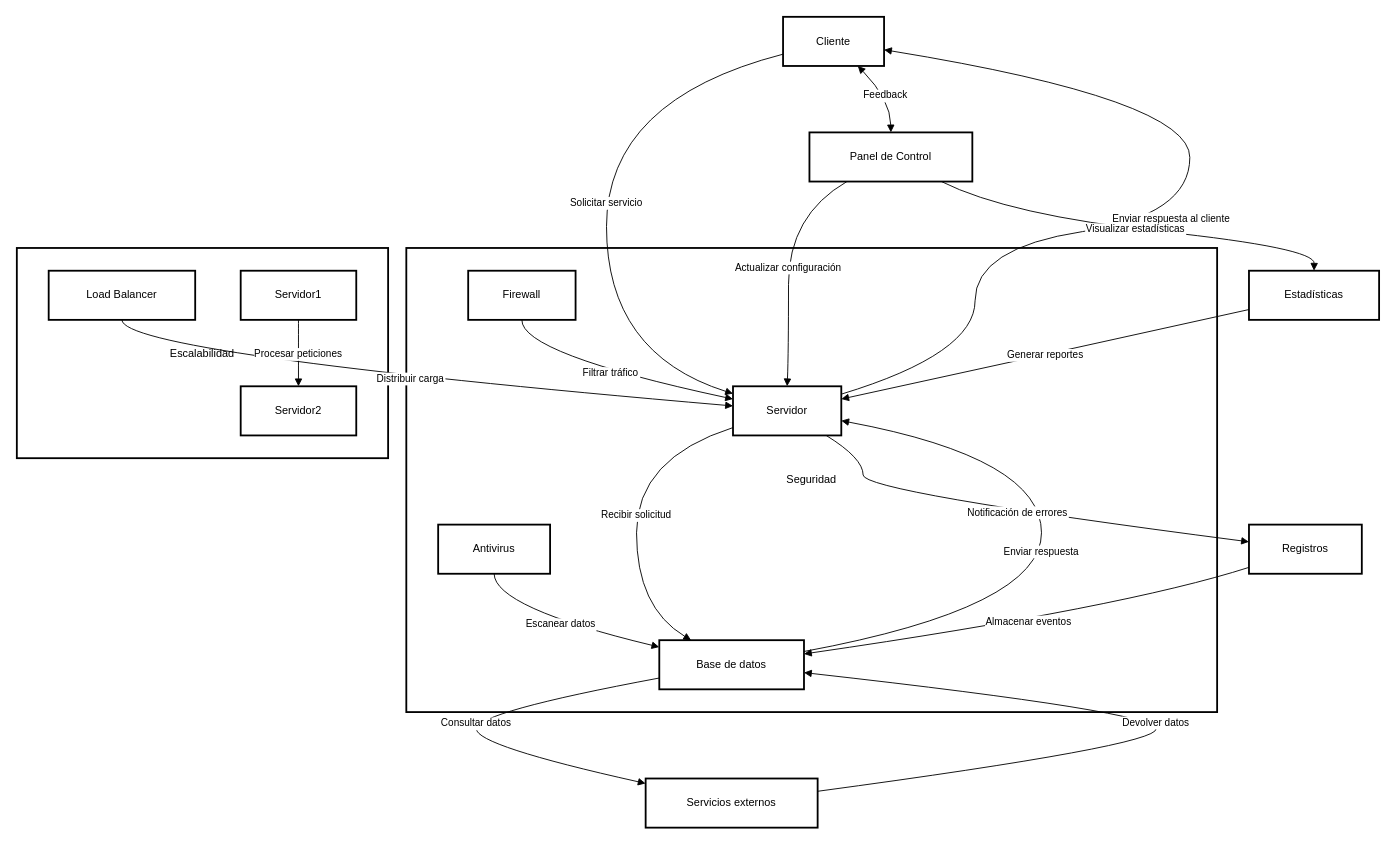
Earlier version of the draw.io diagram CompanyS/A.drawio (giuvieira/CyberSec_S-A-). Source tidied: cells renumbered, new cells numbered last; positions are measured from the earlier drawing's top-left corner, leaving out a move shared by most shapes. Both pictures are drawn from the tidied source at 91%, with x=0, y=0 at pixel (16, 16).
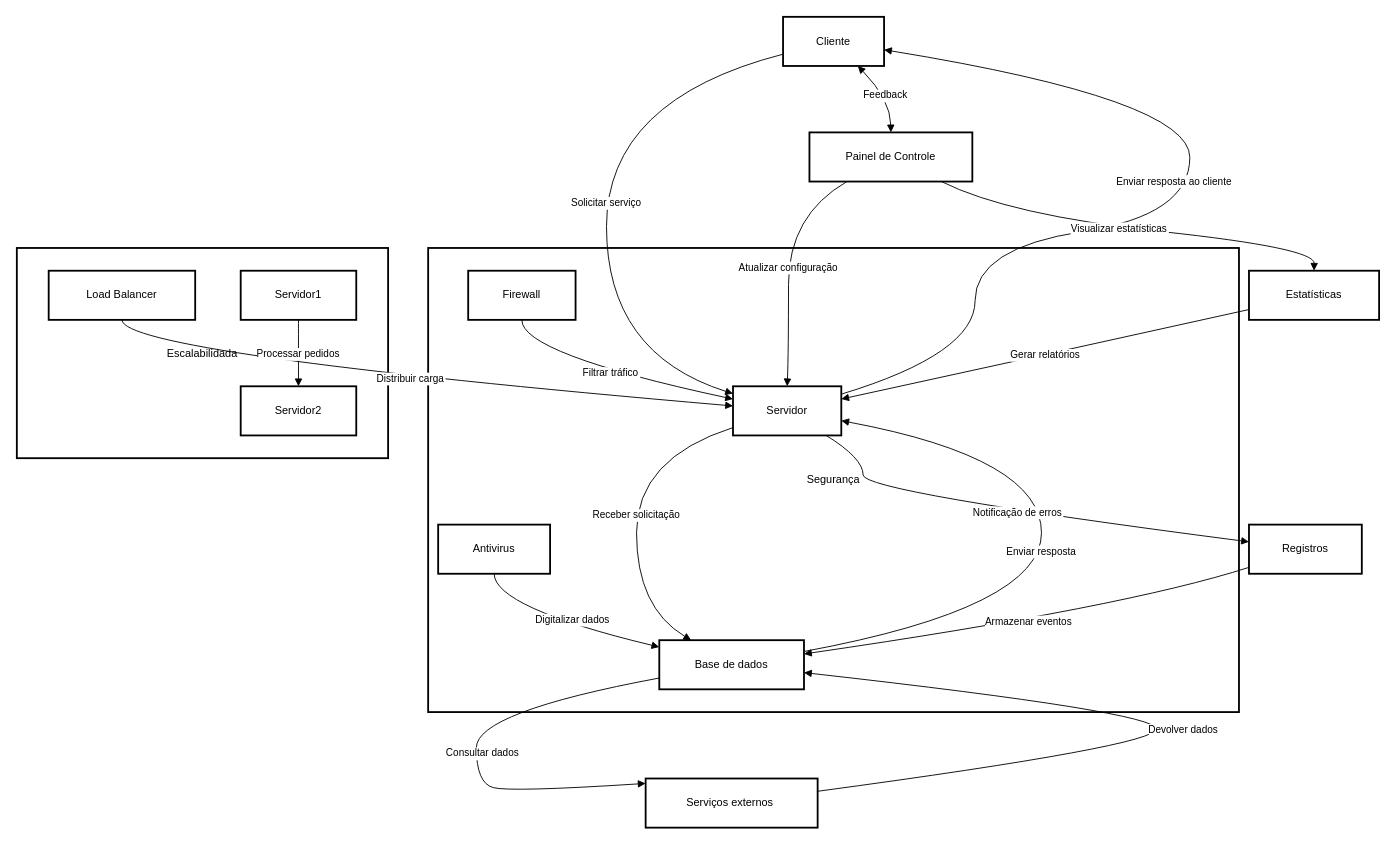
The same diagram, later.

The change refers to these unchanged cells:
```xml
<mxCell id="4" value="Cliente" style="whiteSpace=wrap;strokeWidth=2;" parent="1" vertex="1">
  <mxGeometry x="842" width="111" height="54" as="geometry" />
</mxCell>
<mxCell id="5" value="Servidor" style="whiteSpace=wrap;strokeWidth=2;" parent="1" vertex="1">
  <mxGeometry x="787" y="406" width="119" height="54" as="geometry" />
</mxCell>
<mxCell id="10" value="Registros" style="whiteSpace=wrap;strokeWidth=2;" parent="1" vertex="1">
  <mxGeometry x="1354" y="558" width="124" height="54" as="geometry" />
</mxCell>
<mxCell id="12" value="Antivirus" style="whiteSpace=wrap;strokeWidth=2;" parent="1" vertex="1">
  <mxGeometry x="463" y="558" width="123" height="54" as="geometry" />
</mxCell>
<mxCell id="14" value="Servidor1" style="whiteSpace=wrap;strokeWidth=2;" parent="1" vertex="1">
  <mxGeometry x="246" y="279" width="127" height="54" as="geometry" />
</mxCell>
<mxCell id="15" value="Servidor2" style="whiteSpace=wrap;strokeWidth=2;" parent="1" vertex="1">
  <mxGeometry x="246" y="406" width="127" height="54" as="geometry" />
</mxCell>
```

What changed in the source:
```diff
@@
-    <mxCell id="2" value="Escalabilidad" style="whiteSpace=wrap;strokeWidth=2;" parent="1" vertex="1">
+    <mxCell id="2" value="Escalabilidada" style="whiteSpace=wrap;strokeWidth=2;" parent="1" vertex="1">
       <mxGeometry y="254" width="408" height="231" as="geometry" />
     </mxCell>
-    <mxCell id="3" value="Seguridad" style="whiteSpace=wrap;strokeWidth=2;" parent="1" vertex="1">
-      <mxGeometry x="428" y="254" width="891" height="510" as="geometry" />
+    <mxCell id="3" value="Segurança" style="whiteSpace=wrap;strokeWidth=2;" parent="1" vertex="1">
+      <mxGeometry x="452" y="254" width="891" height="510" as="geometry" />
     </mxCell>
@@
-    <mxCell id="6" value="Base de datos" style="whiteSpace=wrap;strokeWidth=2;" parent="1" vertex="1">
+    <mxCell id="6" value="Base de dados" style="whiteSpace=wrap;strokeWidth=2;" parent="1" vertex="1">
       <mxGeometry x="706" y="685" width="159" height="54" as="geometry" />
     </mxCell>
-    <mxCell id="7" value="Servicios externos" style="whiteSpace=wrap;strokeWidth=2;" parent="1" vertex="1">
+    <mxCell id="7" value="Serviços externos " style="whiteSpace=wrap;strokeWidth=2;" parent="1" vertex="1">
       <mxGeometry x="691" y="837" width="189" height="54" as="geometry" />
     </mxCell>
-    <mxCell id="8" value="Panel de Control" style="whiteSpace=wrap;strokeWidth=2;" parent="1" vertex="1">
+    <mxCell id="8" value="Painel de Controle" style="whiteSpace=wrap;strokeWidth=2;" parent="1" vertex="1">
       <mxGeometry x="871" y="127" width="179" height="54" as="geometry" />
     </mxCell>
-    <mxCell id="9" value="Estadísticas" style="whiteSpace=wrap;strokeWidth=2;" parent="1" vertex="1">
+    <mxCell id="9" value="Estatísticas" style="whiteSpace=wrap;strokeWidth=2;" parent="1" vertex="1">
       <mxGeometry x="1354" y="279" width="143" height="54" as="geometry" />
     </mxCell>
@@
-    <mxCell id="16" value="Solicitar servicio" style="curved=1;startArrow=none;endArrow=block;exitX=0;exitY=0.76;entryX=0;entryY=0.15;" parent="1" edge="1" source="4" target="5">
+    <mxCell id="16" value="Solicitar serviço" style="curved=1;startArrow=none;endArrow=block;exitX=0;exitY=0.76;entryX=0;entryY=0.15;" parent="1" edge="1" source="4" target="5">
       <mxGeometry relative="1" as="geometry">
         <Array as="points">
           <mxPoint x="648" y="91" />
           <mxPoint x="648" y="370" />
         </Array>
       </mxGeometry>
     </mxCell>
-    <mxCell id="17" value="Recibir solicitud" style="curved=1;startArrow=none;endArrow=block;exitX=0;exitY=0.84;entryX=0.22;entryY=0;" parent="1" edge="1" source="5" target="6">
+    <mxCell id="17" value="Receber solicitação" style="curved=1;startArrow=none;endArrow=block;exitX=0;exitY=0.84;entryX=0.22;entryY=0;" parent="1" edge="1" source="5" target="6">
       <mxGeometry relative="1" as="geometry">
         <Array as="points">
           <mxPoint x="681" y="485" />
           <mxPoint x="681" y="649" />
         </Array>
       </mxGeometry>
     </mxCell>
-    <mxCell id="18" value="Consultar datos" style="curved=1;startArrow=none;endArrow=block;exitX=0;exitY=0.77;entryX=0;entryY=0.1;" parent="1" edge="1" source="6" target="7">
-      <mxGeometry relative="1" as="geometry">
+    <mxCell id="18" value="Consultar dados" style="curved=1;startArrow=none;endArrow=block;exitX=0;exitY=0.77;entryX=0;entryY=0.1;" parent="1" edge="1" source="6" target="7">
+      <mxGeometry x="0.06" y="7" relative="1" as="geometry">
         <Array as="points">
           <mxPoint x="505" y="764" />
-          <mxPoint x="505" y="801" />
+          <mxPoint x="505" y="842" />
+          <mxPoint x="542" y="852" />
         </Array>
       </mxGeometry>
     </mxCell>
-    <mxCell id="19" value="Devolver datos" style="curved=1;startArrow=none;endArrow=block;exitX=1;exitY=0.26;entryX=1;entryY=0.66;" parent="1" edge="1" source="7" target="6">
-      <mxGeometry relative="1" as="geometry">
+    <mxCell id="19" value="Devolver dados" style="curved=1;startArrow=none;endArrow=block;exitX=1;exitY=0.26;entryX=1;entryY=0.66;" parent="1" edge="1" source="7" target="6">
+      <mxGeometry x="-0.02" y="-30" relative="1" as="geometry">
         <Array as="points">
           <mxPoint x="1252" y="801" />
           <mxPoint x="1252" y="764" />
         </Array>
       </mxGeometry>
     </mxCell>
-    <mxCell id="20" value="Enviar respuesta" style="curved=1;startArrow=none;endArrow=block;exitX=1;exitY=0.23;entryX=1;entryY=0.7;" parent="1" edge="1" source="6" target="5">
+    <mxCell id="20" value="Enviar resposta" style="curved=1;startArrow=none;endArrow=block;exitX=1;exitY=0.23;entryX=1;entryY=0.7;" parent="1" edge="1" source="6" target="5">
       <mxGeometry relative="1" as="geometry">
         <Array as="points">
           <mxPoint x="1126" y="649" />
           <mxPoint x="1126" y="485" />
         </Array>
       </mxGeometry>
     </mxCell>
-    <mxCell id="21" value="Enviar respuesta al cliente" style="curved=1;startArrow=none;endArrow=block;exitX=1;exitY=0.16;entryX=1;entryY=0.67;" parent="1" edge="1" source="5" target="4">
-      <mxGeometry relative="1" as="geometry">
+    <mxCell id="21" value="Enviar resposta ao cliente" style="curved=1;startArrow=none;endArrow=block;exitX=1;exitY=0.16;entryX=1;entryY=0.67;" parent="1" edge="1" source="5" target="4">
+      <mxGeometry x="0.12" y="17" relative="1" as="geometry">
         <Array as="points">
           <mxPoint x="1053" y="370" />
           <mxPoint x="1053" y="254" />
           <mxPoint x="1289" y="218" />
           <mxPoint x="1289" y="91" />
         </Array>
       </mxGeometry>
     </mxCell>
@@
-    <mxCell id="23" value="Actualizar configuración" style="curved=1;startArrow=none;endArrow=block;exitX=0.23;exitY=1;entryX=0.5;entryY=0;" parent="1" edge="1" source="8" target="5">
+    <mxCell id="23" value="Atualizar configuração" style="curved=1;startArrow=none;endArrow=block;exitX=0.23;exitY=1;entryX=0.5;entryY=0;" parent="1" edge="1" source="8" target="5">
       <mxGeometry relative="1" as="geometry">
         <Array as="points">
           <mxPoint x="848" y="218" />
           <mxPoint x="848" y="370" />
         </Array>
       </mxGeometry>
     </mxCell>
-    <mxCell id="24" value="Visualizar estadísticas" style="curved=1;startArrow=none;endArrow=block;exitX=0.81;exitY=1;entryX=0.5;entryY=0;" parent="1" edge="1" source="8" target="9">
-      <mxGeometry relative="1" as="geometry">
+    <mxCell id="24" value="Visualizar estatísticas" style="curved=1;startArrow=none;endArrow=block;exitX=0.81;exitY=1;entryX=0.5;entryY=0;" parent="1" edge="1" source="8" target="9">
+      <mxGeometry x="-0.08" y="-1" relative="1" as="geometry">
         <Array as="points">
           <mxPoint x="1090" y="218" />
           <mxPoint x="1426" y="254" />
         </Array>
       </mxGeometry>
     </mxCell>
-    <mxCell id="25" value="Generar reportes" style="curved=1;startArrow=none;endArrow=block;exitX=0;exitY=0.79;entryX=1;entryY=0.26;" parent="1" edge="1" source="9" target="5">
+    <mxCell id="25" value="Gerar relatórios" style="curved=1;startArrow=none;endArrow=block;exitX=0;exitY=0.79;entryX=1;entryY=0.26;" parent="1" edge="1" source="9" target="5">
       <mxGeometry relative="1" as="geometry">
         <Array as="points">
           <mxPoint x="1136" y="370" />
         </Array>
       </mxGeometry>
     </mxCell>
-    <mxCell id="26" value="Notificación de errores" style="curved=1;startArrow=none;endArrow=block;exitX=0.86;exitY=1;entryX=0;entryY=0.35;" parent="1" edge="1" source="5" target="10">
+    <mxCell id="26" value="Notificação de erros" style="curved=1;startArrow=none;endArrow=block;exitX=0.86;exitY=1;entryX=0;entryY=0.35;" parent="1" edge="1" source="5" target="10">
       <mxGeometry relative="1" as="geometry">
         <Array as="points">
           <mxPoint x="930" y="485" />
           <mxPoint x="930" y="522" />
         </Array>
       </mxGeometry>
     </mxCell>
-    <mxCell id="27" value="Almacenar eventos" style="curved=1;startArrow=none;endArrow=block;exitX=0;exitY=0.87;entryX=1;entryY=0.28;" parent="1" edge="1" source="10" target="6">
+    <mxCell id="27" value="Armazenar eventos" style="curved=1;startArrow=none;endArrow=block;exitX=0;exitY=0.87;entryX=1;entryY=0.28;" parent="1" edge="1" source="10" target="6">
       <mxGeometry relative="1" as="geometry">
         <Array as="points">
           <mxPoint x="1217" y="649" />
         </Array>
       </mxGeometry>
     </mxCell>
@@
-    <mxCell id="29" value="Escanear datos" style="curved=1;startArrow=none;endArrow=block;exitX=0.5;exitY=1;entryX=0;entryY=0.14;" parent="1" edge="1" source="12" target="6">
-      <mxGeometry relative="1" as="geometry">
+    <mxCell id="29" value="Digitalizar dados " style="curved=1;startArrow=none;endArrow=block;exitX=0.5;exitY=1;entryX=0;entryY=0.14;" parent="1" edge="1" source="12" target="6">
+      <mxGeometry x="0.12" y="8" relative="1" as="geometry">
         <Array as="points">
           <mxPoint x="525" y="649" />
         </Array>
       </mxGeometry>
     </mxCell>
@@
-    <mxCell id="31" value="Procesar peticiones" style="curved=1;startArrow=none;endArrow=block;exitX=0.5;exitY=1;entryX=0.5;entryY=0;" parent="1" edge="1" source="14" target="15">
+    <mxCell id="31" value="Processar pedidos" style="curved=1;startArrow=none;endArrow=block;exitX=0.5;exitY=1;entryX=0.5;entryY=0;" parent="1" edge="1" source="14" target="15">
       <mxGeometry relative="1" as="geometry" />
     </mxCell>
```
